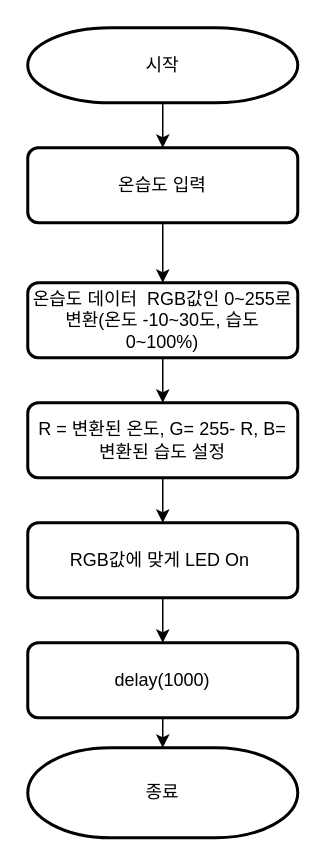
Earlier version of the draw.io diagram 카티아/제목 없는 다이어그램.drawio (sonmyungwon/Software-Development). Source tidied: cells renumbered, new cells numbered last; positions are measured from the earlier drawing's top-left corner, leaving out a move shared by most shapes. Both pictures are drawn from the tidied source at 150%, with x=0, y=0 at pixel (27, 27).
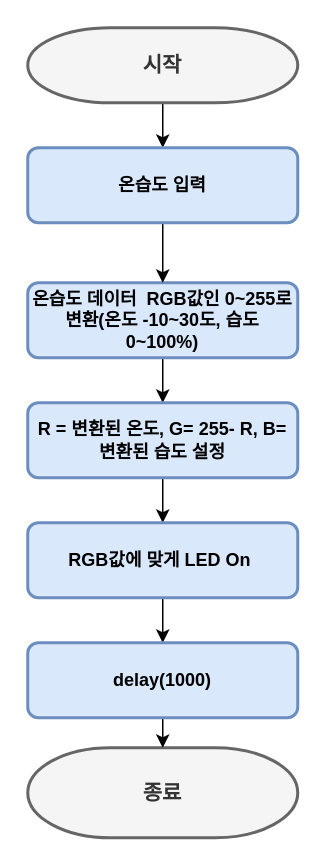
Above is the later version.

Commit message (it also covers changes not shown here):
제목 없는 다이어그램.drawio 업데이트

Change to the diagram source:
```diff
@@
 <mxGraphModel>
   <root>
     <mxCell id="0" />
     <mxCell id="1" parent="0" />
     <mxCell id="2" style="edgeStyle=orthogonalEdgeStyle;rounded=0;jettySize=auto;html=1;exitX=0.5;exitY=1;exitDx=0;exitDy=0;exitPerimeter=0;entryX=0.5;entryY=0;entryDx=0;entryDy=0;" parent="1" edge="1" source="3" target="14">
       <mxGeometry relative="1" as="geometry" />
     </mxCell>
-    <mxCell id="3" value="시작" style="strokeWidth=2;html=1;shape=mxgraph.flowchart.terminator;whiteSpace=wrap;" parent="1" vertex="1">
+    <mxCell id="3" value="&lt;font style=&quot;font-size: 14px;&quot;&gt;&lt;b&gt;시작&lt;/b&gt;&lt;/font&gt;" style="strokeWidth=2;html=1;shape=mxgraph.flowchart.terminator;whiteSpace=wrap;fillColor=#f5f5f5;fontColor=#333333;strokeColor=#666666;" parent="1" vertex="1">
       <mxGeometry width="180" height="50" as="geometry" />
     </mxCell>
-    <mxCell id="4" value="종료" style="strokeWidth=2;html=1;shape=mxgraph.flowchart.terminator;whiteSpace=wrap;" parent="1" vertex="1">
+    <mxCell id="4" value="&lt;font style=&quot;font-size: 14px;&quot;&gt;&lt;b&gt;종료&lt;/b&gt;&lt;/font&gt;" style="strokeWidth=2;html=1;shape=mxgraph.flowchart.terminator;whiteSpace=wrap;fillColor=#f5f5f5;fontColor=#333333;strokeColor=#666666;" parent="1" vertex="1">
       <mxGeometry y="480" width="180" height="60" as="geometry" />
     </mxCell>
     <mxCell id="5" style="edgeStyle=orthogonalEdgeStyle;rounded=0;jettySize=auto;html=1;entryX=0.5;entryY=0;entryDx=0;entryDy=0;" parent="1" edge="1" source="6" target="8">
       <mxGeometry relative="1" as="geometry" />
     </mxCell>
-    <mxCell id="6" value="온습도 데이터&amp;nbsp; RGB값인 0~255로 변환(온도 -10~30도, 습도 0~100%)" style="rounded=1;whiteSpace=wrap;html=1;absoluteArcSize=1;arcSize=14;strokeWidth=2;" parent="1" vertex="1">
+    <mxCell id="6" value="&lt;b&gt;온습도 데이터&amp;nbsp; RGB값인 0~255로 변환(온도 -10~30도, 습도 0~100%)&lt;/b&gt;" style="rounded=1;whiteSpace=wrap;html=1;absoluteArcSize=1;arcSize=14;strokeWidth=2;fillColor=#dae8fc;strokeColor=#6c8ebf;" parent="1" vertex="1">
       <mxGeometry y="170" width="180" height="50" as="geometry" />
     </mxCell>
     <mxCell id="7" style="edgeStyle=orthogonalEdgeStyle;rounded=0;jettySize=auto;html=1;exitX=0.5;exitY=1;exitDx=0;exitDy=0;" parent="1" edge="1" source="8" target="10">
       <mxGeometry relative="1" as="geometry" />
     </mxCell>
-    <mxCell id="8" value="R = 변환된 온도, G= 255- R, B= 변환된 습도 설정" style="rounded=1;whiteSpace=wrap;html=1;absoluteArcSize=1;arcSize=14;strokeWidth=2;" parent="1" vertex="1">
+    <mxCell id="8" value="&lt;b&gt;R = 변환된 온도, G= 255- R, B= 변환된 습도 설정&lt;/b&gt;" style="rounded=1;whiteSpace=wrap;html=1;absoluteArcSize=1;arcSize=14;strokeWidth=2;fillColor=#dae8fc;strokeColor=#6c8ebf;" parent="1" vertex="1">
       <mxGeometry y="250" width="180" height="50" as="geometry" />
     </mxCell>
     <mxCell id="9" style="edgeStyle=orthogonalEdgeStyle;rounded=0;jettySize=auto;html=1;exitX=0.5;exitY=1;exitDx=0;exitDy=0;entryX=0.5;entryY=0;entryDx=0;entryDy=0;" parent="1" edge="1" source="10" target="12">
       <mxGeometry relative="1" as="geometry" />
     </mxCell>
-    <mxCell id="10" value="RGB값에 맞게 LED On&amp;nbsp;" style="rounded=1;whiteSpace=wrap;html=1;absoluteArcSize=1;arcSize=14;strokeWidth=2;" parent="1" vertex="1">
+    <mxCell id="10" value="&lt;b&gt;RGB값에 맞게 LED On&amp;nbsp;&lt;/b&gt;" style="rounded=1;whiteSpace=wrap;html=1;absoluteArcSize=1;arcSize=14;strokeWidth=2;fillColor=#dae8fc;strokeColor=#6c8ebf;" parent="1" vertex="1">
       <mxGeometry y="330" width="180" height="50" as="geometry" />
     </mxCell>
     <mxCell id="11" style="edgeStyle=orthogonalEdgeStyle;rounded=0;jettySize=auto;html=1;exitX=0.5;exitY=1;exitDx=0;exitDy=0;entryX=0.5;entryY=0;entryDx=0;entryDy=0;entryPerimeter=0;" parent="1" edge="1" source="12" target="4">
       <mxGeometry relative="1" as="geometry" />
     </mxCell>
-    <mxCell id="12" value="delay(1000)" style="rounded=1;whiteSpace=wrap;html=1;absoluteArcSize=1;arcSize=14;strokeWidth=2;" parent="1" vertex="1">
+    <mxCell id="12" value="&lt;b&gt;delay(1000)&lt;/b&gt;" style="rounded=1;whiteSpace=wrap;html=1;absoluteArcSize=1;arcSize=14;strokeWidth=2;fillColor=#dae8fc;strokeColor=#6c8ebf;" parent="1" vertex="1">
       <mxGeometry y="410" width="180" height="50" as="geometry" />
     </mxCell>
     <mxCell id="13" style="edgeStyle=orthogonalEdgeStyle;rounded=0;jettySize=auto;html=1;exitX=0.5;exitY=1;exitDx=0;exitDy=0;entryX=0.5;entryY=0;entryDx=0;entryDy=0;" parent="1" edge="1" source="14" target="6">
       <mxGeometry relative="1" as="geometry" />
     </mxCell>
-    <mxCell id="14" value="온습도 입력" style="rounded=1;whiteSpace=wrap;html=1;absoluteArcSize=1;arcSize=14;strokeWidth=2;" parent="1" vertex="1">
+    <mxCell id="14" value="&lt;b&gt;온습도 입력&lt;/b&gt;" style="rounded=1;whiteSpace=wrap;html=1;absoluteArcSize=1;arcSize=14;strokeWidth=2;fillColor=#dae8fc;strokeColor=#6c8ebf;" parent="1" vertex="1">
       <mxGeometry y="80" width="180" height="50" as="geometry" />
     </mxCell>
   </root>
 </mxGraphModel>
```
